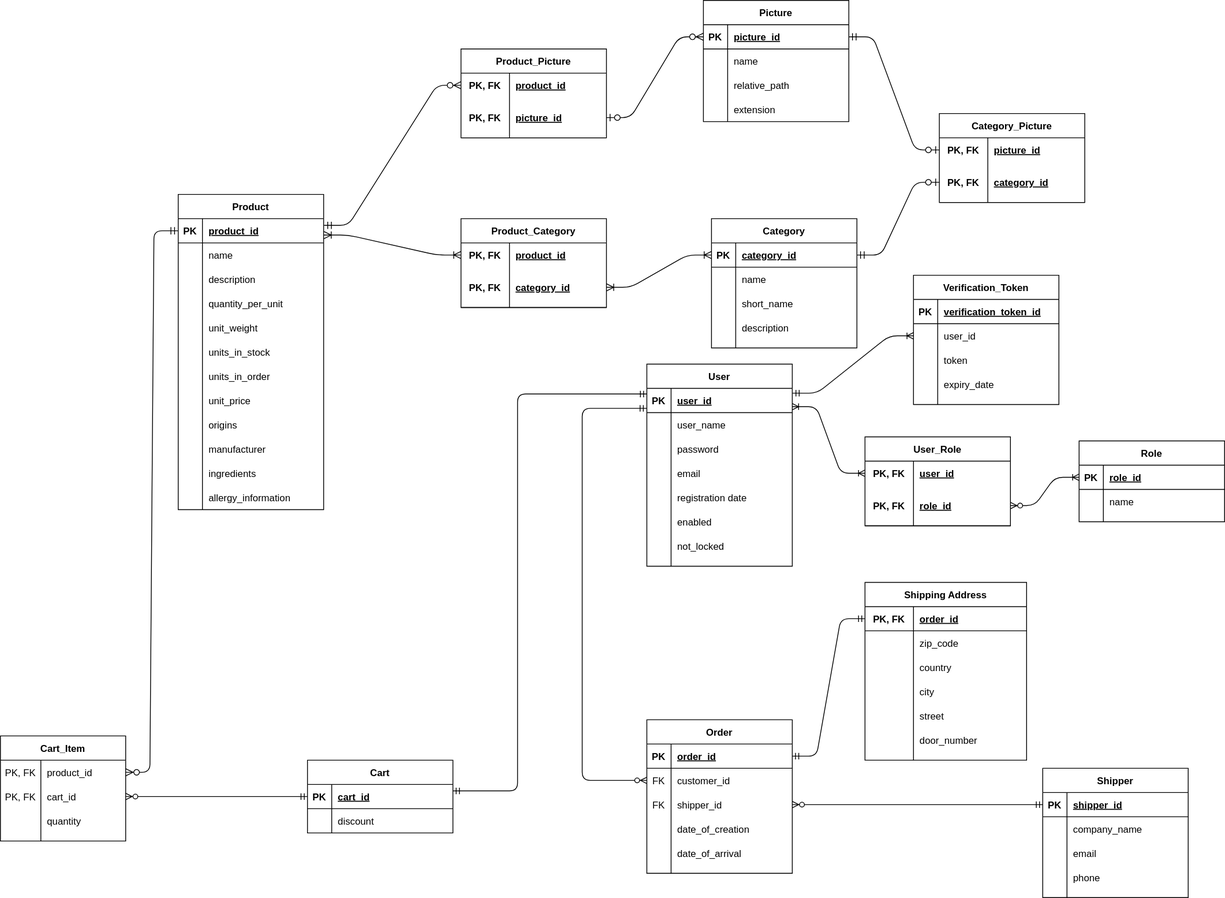
This is VB_UML.svg from LyakhnitskiyDP/VigilantBean, a draw.io export, as it was before one commit. Source tidied: cells renumbered, new cells last; positions are measured from the earlier drawing's top-left corner, leaving out a move shared by most shapes.
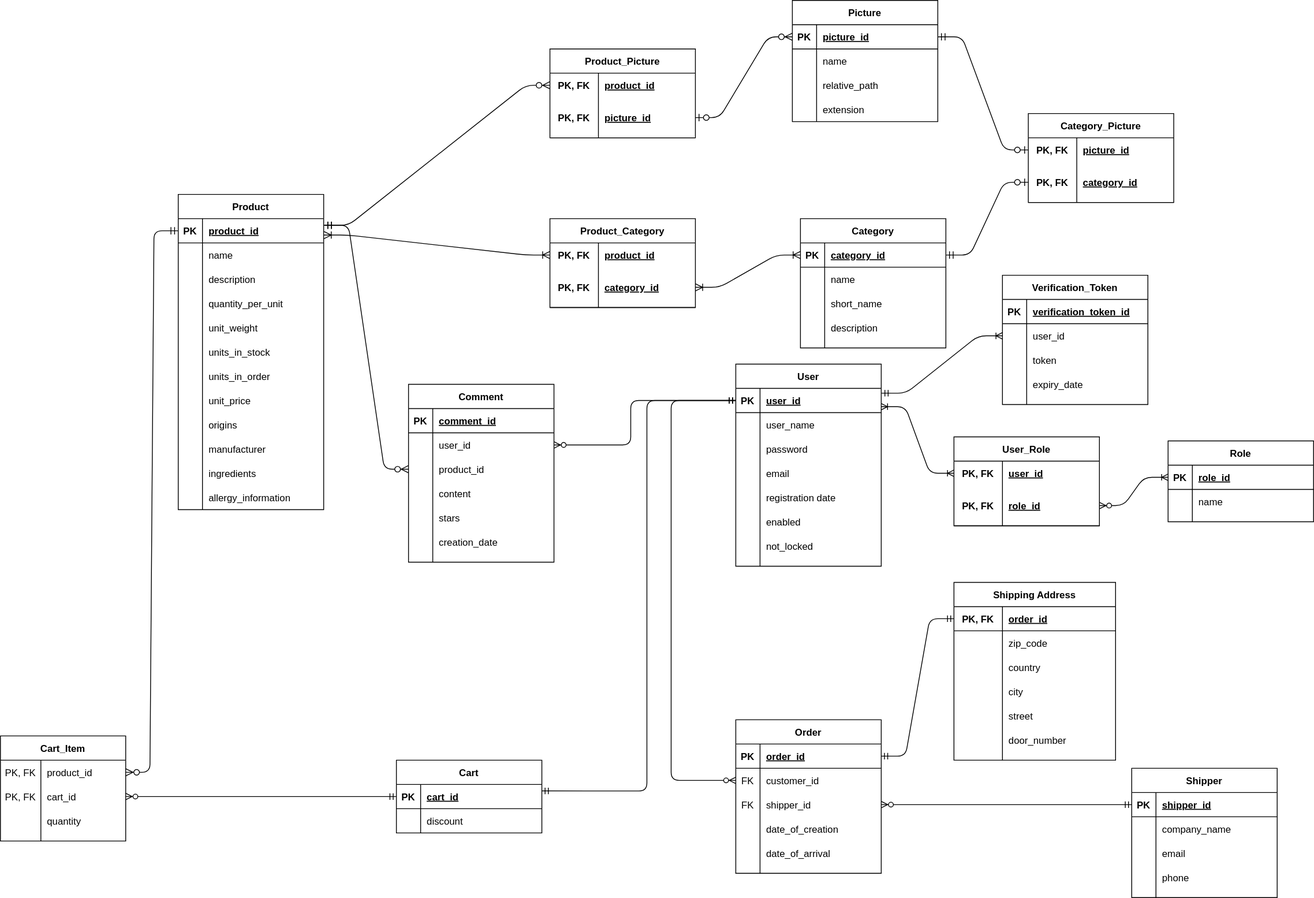
The same diagram one commit later.

Commit message:
Add Comment entity to UML diagram

Diff of the diagram source:
```diff
@@ -69,7 +69,7 @@
       <mxGeometry x="30" width="150" height="30" as="geometry" />
     </mxCell>
     <mxCell id="24" value="Product" style="shape=table;startSize=30;rowLines=0;fontStyle=1;align=center;" parent="1" vertex="1">
-      <mxGeometry x="220" y="240" width="180" height="390" as="geometry" />
+      <mxGeometry x="110" y="240" width="180" height="390" as="geometry" />
     </mxCell>
     <mxCell id="25" style="shape=partialRectangle;fillColor=none;top=0;left=0;bottom=1;right=0;points=[[0,0.5],[1,0.5]];portConstraint=eastwest;" parent="24" vertex="1">
       <mxGeometry y="30" width="180" height="30" as="geometry" />
@@ -285,7 +285,7 @@
       <mxGeometry relative="1" as="geometry" />
     </mxCell>
     <mxCell id="96" value="Cart_Item" style="shape=table;startSize=30;rowLines=0;fontStyle=1;align=center;" parent="1" vertex="1">
-      <mxGeometry y="910" width="155" height="130" as="geometry" />
+      <mxGeometry x="-110" y="910" width="155" height="130" as="geometry" />
     </mxCell>
     <mxCell id="97" style="shape=partialRectangle;fillColor=none;top=0;left=0;bottom=0;right=0;points=[[0,0.5],[1,0.5]];portConstraint=eastwest;" parent="96" vertex="1">
       <mxGeometry y="30" width="155" height="30" as="geometry" />
@@ -479,7 +479,7 @@
     <mxCell id="160" style="edgeStyle=entityRelationEdgeStyle;fontSize=12;html=1;endArrow=ERoneToMany;endFill=0;exitX=1;exitY=0.5;exitDx=0;exitDy=0;entryX=0;entryY=0.5;entryDx=0;entryDy=0;startArrow=ERzeroToMany;startFill=1;" parent="1" edge="1" source="156" target="146">
       <mxGeometry relative="1" as="geometry" />
     </mxCell>
-    <mxCell id="161" style="edgeStyle=elbowEdgeStyle;fontSize=12;html=1;endArrow=ERmandOne;endFill=0;startArrow=ERzeroToMany;entryX=-0.002;entryY=0.823;entryDx=0;entryDy=0;rounded=1;exitX=0;exitY=0.5;exitDx=0;exitDy=0;startFill=1;entryPerimeter=0;" parent="1" edge="1" source="119" target="3">
+    <mxCell id="161" style="edgeStyle=elbowEdgeStyle;fontSize=12;html=1;endArrow=ERmandOne;endFill=0;startArrow=ERzeroToMany;entryX=0;entryY=0.5;entryDx=0;entryDy=0;rounded=1;exitX=0;exitY=0.5;exitDx=0;exitDy=0;startFill=1;" parent="1" edge="1" source="119" target="3">
       <mxGeometry relative="1" as="geometry">
         <Array as="points">
           <mxPoint x="720" y="700" />
@@ -642,13 +642,80 @@
     <mxCell id="213" style="edgeStyle=entityRelationEdgeStyle;fontSize=12;html=1;endArrow=ERoneToMany;endFill=0;entryX=0;entryY=0.5;entryDx=0;entryDy=0;startArrow=ERmandOne;startFill=0;exitX=1.003;exitY=0.2;exitDx=0;exitDy=0;exitPerimeter=0;" parent="1" edge="1" source="3" target="204">
       <mxGeometry relative="1" as="geometry" />
     </mxCell>
-    <mxCell id="214" style="edgeStyle=orthogonalEdgeStyle;fontSize=12;html=1;endArrow=ERmandOne;startArrow=ERmandOne;strokeWidth=1;endFill=0;startFill=0;entryX=0;entryY=0.233;entryDx=0;entryDy=0;entryPerimeter=0;exitX=1;exitY=0.267;exitDx=0;exitDy=0;exitPerimeter=0;" parent="1" edge="1" source="107" target="3">
+    <mxCell id="214" style="edgeStyle=orthogonalEdgeStyle;fontSize=12;html=1;endArrow=ERmandOne;startArrow=ERmandOne;strokeWidth=1;endFill=0;startFill=0;exitX=1;exitY=0.267;exitDx=0;exitDy=0;exitPerimeter=0;entryX=0;entryY=0.5;entryDx=0;entryDy=0;" parent="1" edge="1" source="107" target="3">
       <mxGeometry relative="1" as="geometry">
         <Array as="points">
-          <mxPoint x="640" y="978" />
-          <mxPoint x="640" y="487" />
+          <mxPoint x="690" y="978" />
+          <mxPoint x="690" y="495" />
         </Array>
       </mxGeometry>
     </mxCell>
+    <mxCell id="215" value="Comment" style="shape=table;startSize=30;rowLines=0;fontStyle=1;align=center;" parent="1" vertex="1">
+      <mxGeometry x="395" y="475" width="180" height="220" as="geometry" />
+    </mxCell>
+    <mxCell id="216" style="shape=partialRectangle;fillColor=none;top=0;left=0;bottom=1;right=0;" parent="215" vertex="1">
+      <mxGeometry y="30" width="180" height="30" as="geometry" />
+    </mxCell>
+    <mxCell id="217" value="PK" style="shape=partialRectangle;fillColor=none;top=0;left=0;bottom=0;right=0;fontStyle=1;overflow=hidden;" parent="216" vertex="1">
+      <mxGeometry width="30" height="30" as="geometry" />
+    </mxCell>
+    <mxCell id="218" value="comment_id" style="shape=partialRectangle;fillColor=none;top=0;left=0;bottom=0;right=0;align=left;spacingLeft=6;fontStyle=5;overflow=hidden;" parent="216" vertex="1">
+      <mxGeometry x="30" width="150" height="30" as="geometry" />
+    </mxCell>
+    <mxCell id="219" style="shape=partialRectangle;fillColor=none;top=0;left=0;bottom=0;right=0;points=[[0,0.5],[1,0.5]];portConstraint=eastwest;" parent="215" vertex="1">
+      <mxGeometry y="60" width="180" height="30" as="geometry" />
+    </mxCell>
+    <mxCell id="220" style="shape=partialRectangle;fillColor=none;top=0;left=0;bottom=0;right=0;overflow=hidden;" parent="219" vertex="1">
+      <mxGeometry width="30" height="30" as="geometry" />
+    </mxCell>
+    <mxCell id="221" value="user_id" style="shape=partialRectangle;fillColor=none;top=0;left=0;bottom=0;right=0;align=left;spacingLeft=6;overflow=hidden;" parent="219" vertex="1">
+      <mxGeometry x="30" width="150" height="30" as="geometry" />
+    </mxCell>
+    <mxCell id="222" style="shape=partialRectangle;fillColor=none;top=0;left=0;bottom=0;right=0;points=[[0,0.5],[1,0.5]];portConstraint=eastwest;" parent="215" vertex="1">
+      <mxGeometry y="90" width="180" height="30" as="geometry" />
+    </mxCell>
+    <mxCell id="223" style="shape=partialRectangle;fillColor=none;top=0;left=0;bottom=0;right=0;overflow=hidden;" parent="222" vertex="1">
+      <mxGeometry width="30" height="30" as="geometry" />
+    </mxCell>
+    <mxCell id="224" value="product_id" style="shape=partialRectangle;fillColor=none;top=0;left=0;bottom=0;right=0;align=left;spacingLeft=6;overflow=hidden;" parent="222" vertex="1">
+      <mxGeometry x="30" width="150" height="30" as="geometry" />
+    </mxCell>
+    <mxCell id="225" style="shape=partialRectangle;fillColor=none;top=0;left=0;bottom=0;right=0;" parent="215" vertex="1">
+      <mxGeometry y="120" width="180" height="30" as="geometry" />
+    </mxCell>
+    <mxCell id="226" style="shape=partialRectangle;fillColor=none;top=0;left=0;bottom=0;right=0;overflow=hidden;" parent="225" vertex="1">
+      <mxGeometry width="30" height="30" as="geometry" />
+    </mxCell>
+    <mxCell id="227" value="content" style="shape=partialRectangle;fillColor=none;top=0;left=0;bottom=0;right=0;align=left;spacingLeft=6;overflow=hidden;" parent="225" vertex="1">
+      <mxGeometry x="30" width="150" height="30" as="geometry" />
+    </mxCell>
+    <mxCell id="228" style="shape=partialRectangle;fillColor=none;top=0;left=0;bottom=0;right=0;" parent="215" vertex="1">
+      <mxGeometry y="150" width="180" height="30" as="geometry" />
+    </mxCell>
+    <mxCell id="229" style="shape=partialRectangle;fillColor=none;top=0;left=0;bottom=0;right=0;overflow=hidden;" parent="228" vertex="1">
+      <mxGeometry width="30" height="30" as="geometry" />
+    </mxCell>
+    <mxCell id="230" value="stars" style="shape=partialRectangle;fillColor=none;top=0;left=0;bottom=0;right=0;align=left;spacingLeft=6;overflow=hidden;" parent="228" vertex="1">
+      <mxGeometry x="30" width="150" height="30" as="geometry" />
+    </mxCell>
+    <mxCell id="231" style="shape=partialRectangle;fillColor=none;top=0;left=0;bottom=0;right=0;" parent="215" vertex="1">
+      <mxGeometry y="180" width="180" height="30" as="geometry" />
+    </mxCell>
+    <mxCell id="232" style="shape=partialRectangle;fillColor=none;top=0;left=0;bottom=0;right=0;overflow=hidden;" parent="231" vertex="1">
+      <mxGeometry width="30" height="30" as="geometry" />
+    </mxCell>
+    <mxCell id="233" value="creation_date" style="shape=partialRectangle;fillColor=none;top=0;left=0;bottom=0;right=0;align=left;spacingLeft=6;overflow=hidden;" parent="231" vertex="1">
+      <mxGeometry x="30" width="150" height="30" as="geometry" />
+    </mxCell>
+    <mxCell id="234" style="edgeStyle=entityRelationEdgeStyle;fontSize=12;html=1;endArrow=ERzeroToMany;startArrow=ERmandOne;strokeWidth=1;endSize=7;startSize=7;startFill=0;endFill=1;entryX=0;entryY=0.5;entryDx=0;entryDy=0;exitX=1.004;exitY=0.273;exitDx=0;exitDy=0;exitPerimeter=0;" parent="1" edge="1" source="25" target="222">
+      <mxGeometry relative="1" as="geometry" />
+    </mxCell>
+    <mxCell id="235" style="edgeStyle=elbowEdgeStyle;fontSize=12;html=1;endArrow=ERmandOne;endFill=0;startArrow=ERzeroToMany;entryX=0;entryY=0.5;entryDx=0;entryDy=0;rounded=1;exitX=1;exitY=0.5;exitDx=0;exitDy=0;startFill=1;" parent="1" edge="1" source="219" target="3">
+      <mxGeometry relative="1" as="geometry">
+        <Array as="points">
+          <mxPoint x="670" y="495" />
+        </Array>
+      </mxGeometry>
+    </mxCell>
   </root>
 </mxGraphModel>
```
